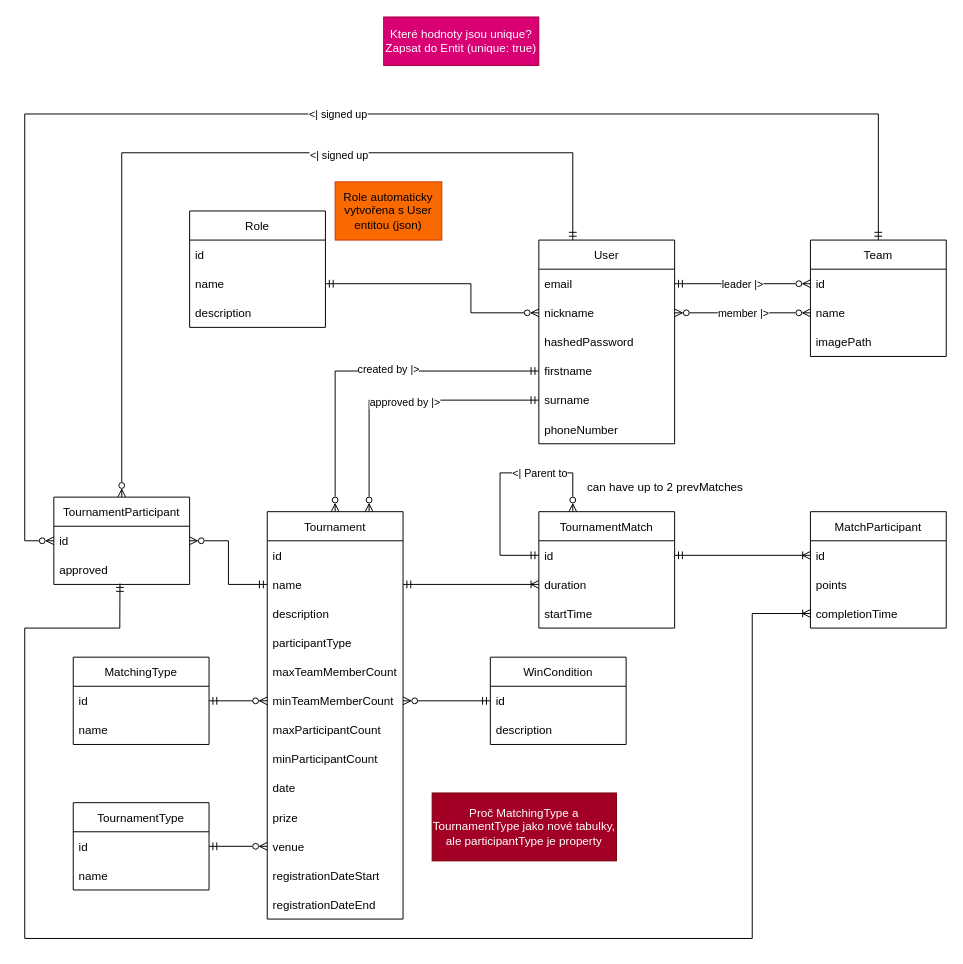
The draw.io diagram erd.drawio in PreGros/IIS_Project, before the edit. Source tidied: cells renumbered, new cells numbered last; positions are measured from the earlier drawing's top-left corner, leaving out a move shared by most shapes. Both pictures are drawn from the tidied source at 97%, with x=0, y=0 at pixel (24, 16).
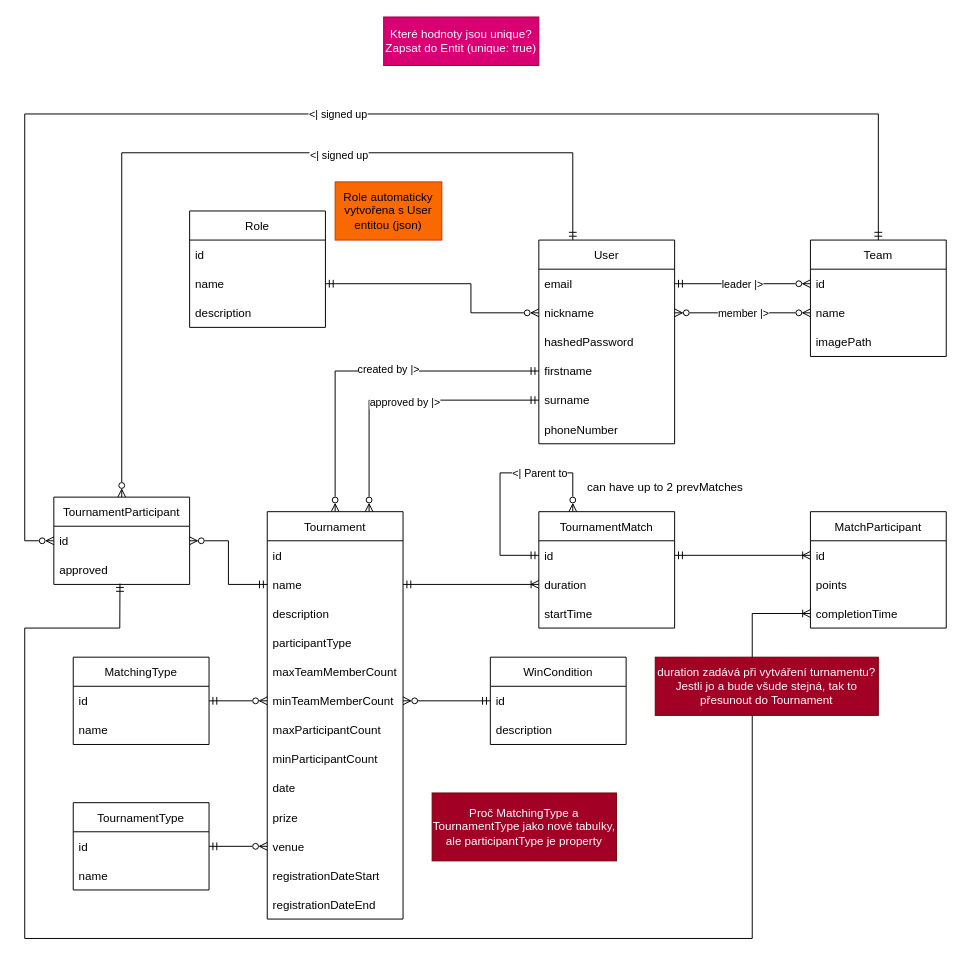
Above is the later version.

The edit, as a diff of the source:
```diff
@@
+    <mxCell id="77" value="duration zadává při vytváření turnamentu? Jestli jo a bude všude stejná, tak to přesunout do Tournament" style="text;html=1;strokeColor=#6F0000;fillColor=#a20025;align=center;verticalAlign=middle;whiteSpace=wrap;rounded=0;fontColor=#ffffff;" parent="1" vertex="1">
+      <mxGeometry x="650" y="660" width="230" height="60" as="geometry" />
+    </mxCell>
```
